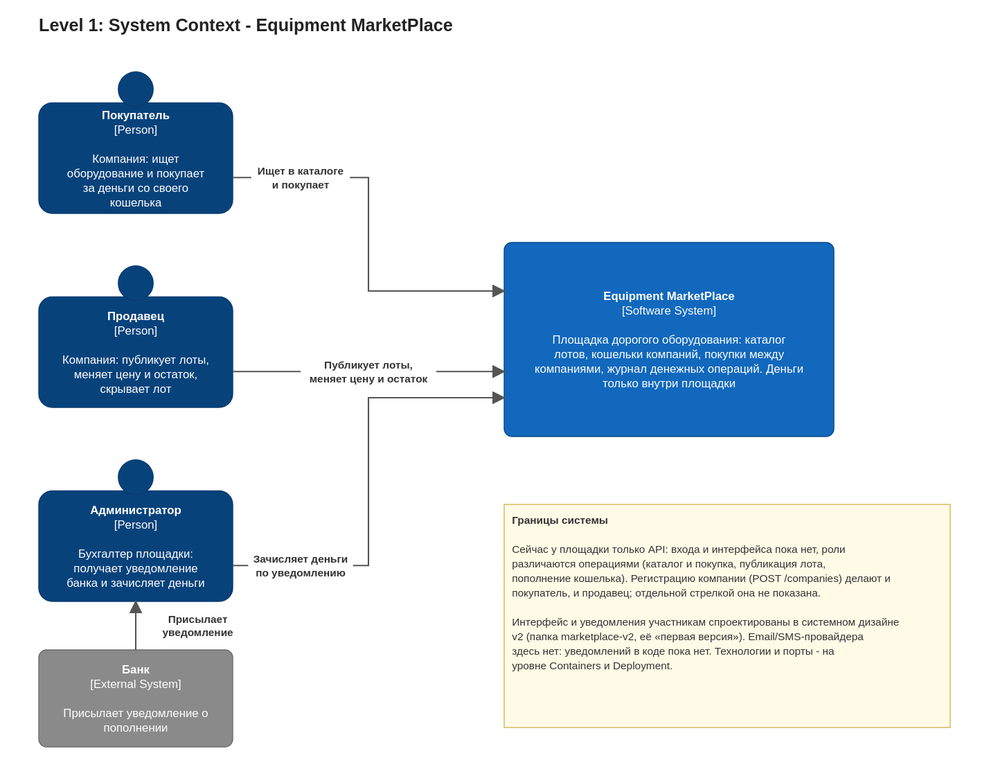
Before: docs/architecture/L1 - System Context.drawio.svg, a diagram exported from draw.io (Elaman19/system-design). Source tidied: cells renumbered, new cells last; positions are measured from the earlier drawing's top-left corner, leaving out a move shared by most shapes.
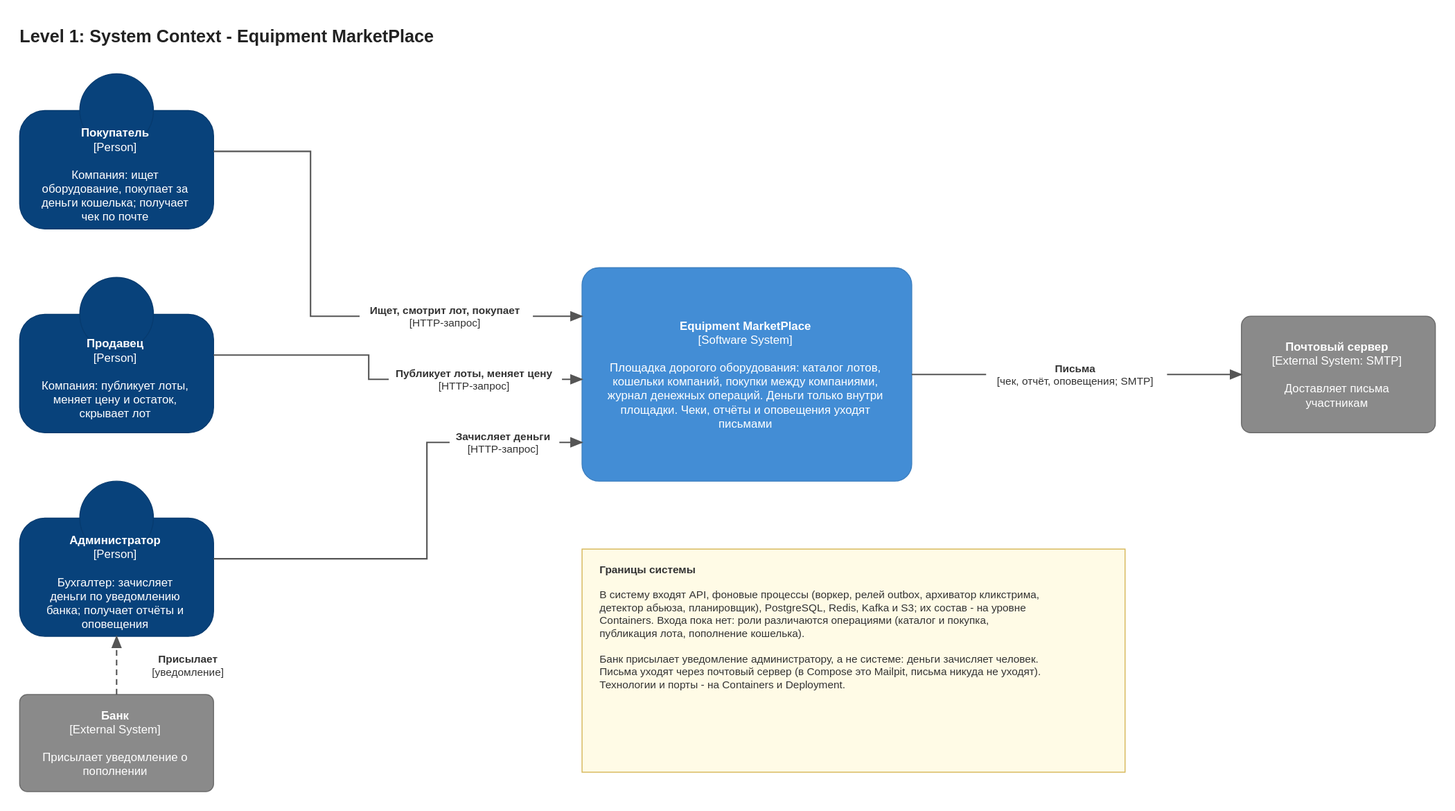
The same file after the commit.

The edit, as a diff of the source:
```diff
@@ -2,50 +2,59 @@
   <root>
     <mxCell id="0" />
     <mxCell id="1" value="L1 - System Context" parent="0" />
-    <mxCell id="2" value="&lt;b&gt;Level 1: System Context - Equipment MarketPlace&lt;/b&gt;" style="fontFamily=Helvetica;html=1;whiteSpace=wrap;text;fontSize=18;align=left;verticalAlign=top;fontColor=#222222;" parent="1" vertex="1">
-      <mxGeometry width="940" height="30" as="geometry" />
+    <mxCell id="2" value="Level 1: System Context - Equipment MarketPlace" style="fontFamily=Helvetica;html=1;whiteSpace=wrap;fontSize=12;text;fontSize=18;fontStyle=1;align=left;verticalAlign=top;fontColor=#222222;" parent="1" vertex="1">
+      <mxGeometry width="1300" height="30" as="geometry" />
     </mxCell>
-    <mxCell id="3" value="&lt;b&gt;Покупатель&lt;/b&gt;&lt;br&gt;[Person]&lt;br&gt;&lt;br&gt;Компания: ищет оборудование и покупает за деньги со своего кошелька" style="fontFamily=Helvetica;html=1;whiteSpace=wrap;fontSize=12;shape=mxgraph.c4.person2;fillColor=#08427b;strokeColor=#073b6f;fontColor=#ffffff;align=center;verticalAlign=middle;" parent="1" vertex="1">
-      <mxGeometry y="56" width="200" height="150" as="geometry" />
+    <mxCell id="3" value="&lt;b&gt;Покупатель&lt;/b&gt;&lt;br&gt;[Person]&lt;br&gt;&lt;br&gt;Компания: ищет оборудование, покупает за деньги кошелька; получает чек по почте" style="fontFamily=Helvetica;html=1;whiteSpace=wrap;fontSize=12;shape=mxgraph.c4.person2;fillColor=#08427b;strokeColor=#073b6f;fontColor=#ffffff;align=center;verticalAlign=middle;" parent="1" vertex="1">
+      <mxGeometry y="56" width="200" height="160" as="geometry" />
     </mxCell>
     <mxCell id="4" value="&lt;b&gt;Продавец&lt;/b&gt;&lt;br&gt;[Person]&lt;br&gt;&lt;br&gt;Компания: публикует лоты, меняет цену и остаток, скрывает лот" style="fontFamily=Helvetica;html=1;whiteSpace=wrap;fontSize=12;shape=mxgraph.c4.person2;fillColor=#08427b;strokeColor=#073b6f;fontColor=#ffffff;align=center;verticalAlign=middle;" parent="1" vertex="1">
-      <mxGeometry y="256" width="200" height="150" as="geometry" />
+      <mxGeometry y="266" width="200" height="160" as="geometry" />
     </mxCell>
-    <mxCell id="5" value="&lt;b&gt;Администратор&lt;/b&gt;&lt;br&gt;[Person]&lt;br&gt;&lt;br&gt;Бухгалтер площадки: получает уведомление банка и зачисляет деньги" style="fontFamily=Helvetica;html=1;whiteSpace=wrap;fontSize=12;shape=mxgraph.c4.person2;fillColor=#08427b;strokeColor=#073b6f;fontColor=#ffffff;align=center;verticalAlign=middle;" parent="1" vertex="1">
-      <mxGeometry y="456" width="200" height="150" as="geometry" />
+    <mxCell id="5" value="&lt;b&gt;Администратор&lt;/b&gt;&lt;br&gt;[Person]&lt;br&gt;&lt;br&gt;Бухгалтер: зачисляет деньги по уведомлению банка; получает отчёты и оповещения" style="fontFamily=Helvetica;html=1;whiteSpace=wrap;fontSize=12;shape=mxgraph.c4.person2;fillColor=#08427b;strokeColor=#073b6f;fontColor=#ffffff;align=center;verticalAlign=middle;" parent="1" vertex="1">
+      <mxGeometry y="476" width="200" height="160" as="geometry" />
     </mxCell>
     <mxCell id="6" value="&lt;b&gt;Банк&lt;/b&gt;&lt;br&gt;[External System]&lt;br&gt;&lt;br&gt;Присылает уведомление о пополнении" style="fontFamily=Helvetica;html=1;whiteSpace=wrap;fontSize=12;rounded=1;arcSize=8;fillColor=#8a8a8a;strokeColor=#6b6b6b;fontColor=#ffffff;" parent="1" vertex="1">
-      <mxGeometry y="656" width="200" height="100" as="geometry" />
+      <mxGeometry y="696" width="200" height="100" as="geometry" />
     </mxCell>
-    <mxCell id="7" value="&lt;b&gt;Equipment MarketPlace&lt;/b&gt;&lt;br&gt;[Software System]&lt;br&gt;&lt;br&gt;Площадка дорогого оборудования: каталог лотов, кошельки компаний, покупки между компаниями, журнал денежных операций. Деньги только внутри площадки" style="fontFamily=Helvetica;html=1;whiteSpace=wrap;fontSize=12;rounded=1;arcSize=8;fillColor=#1168bd;strokeColor=#0b4884;fontColor=#ffffff;" parent="1" vertex="1">
-      <mxGeometry x="480" y="236" width="340" height="200" as="geometry" />
+    <mxCell id="7" value="&lt;b&gt;Equipment MarketPlace&lt;/b&gt;&lt;br&gt;[Software System]&lt;br&gt;&lt;br&gt;Площадка дорогого оборудования: каталог лотов, кошельки компаний, покупки между компаниями, журнал денежных операций. Деньги только внутри площадки. Чеки, отчёты и оповещения уходят письмами" style="fontFamily=Helvetica;html=1;whiteSpace=wrap;fontSize=12;rounded=1;arcSize=8;fillColor=#438dd5;strokeColor=#3c7fc0;fontColor=#ffffff;" parent="1" vertex="1">
+      <mxGeometry x="580" y="256" width="340" height="220" as="geometry" />
     </mxCell>
+    <mxCell id="13" value="&lt;b&gt;Почтовый сервер&lt;/b&gt;&lt;br&gt;[External System: SMTP]&lt;br&gt;&lt;br&gt;Доставляет письма участникам" style="fontFamily=Helvetica;html=1;whiteSpace=wrap;fontSize=12;rounded=1;arcSize=8;fillColor=#8a8a8a;strokeColor=#6b6b6b;fontColor=#ffffff;" parent="1" vertex="1">
+      <mxGeometry x="1260" y="306" width="200" height="120" as="geometry" />
+    </mxCell>
-    <mxCell id="8" value="&lt;b&gt;Границы системы&lt;/b&gt;&lt;br&gt;&lt;br&gt;Сейчас у площадки только API: входа и интерфейса пока нет, роли различаются операциями (каталог и покупка, публикация лота, пополнение кошелька). Регистрацию компании (POST /companies) делают и покупатель, и продавец; отдельной стрелкой она не показана.&lt;br&gt;&lt;br&gt;Интерфейс и уведомления участникам спроектированы в системном дизайне v2 (папка marketplace-v2, её «первая версия»). Email/SMS-провайдера здесь нет: уведомлений в коде пока нет. Технологии и порты - на уровне Containers и Deployment." style="fontFamily=Helvetica;html=1;whiteSpace=wrap;fontSize=12;rounded=0;fillColor=#fffbe6;strokeColor=#d6b656;fontColor=#333333;align=left;verticalAlign=top;spacing=8;fontSize=11;" parent="1" vertex="1">
-      <mxGeometry x="480" y="506" width="460" height="230" as="geometry" />
+    <mxCell id="8" value="&lt;b&gt;Границы системы&lt;/b&gt;&lt;br&gt;&lt;br&gt;В систему входят API, фоновые процессы (воркер, релей outbox, архиватор кликстрима, детектор абьюза, планировщик), PostgreSQL, Redis, Kafka и S3; их состав - на уровне Containers. Входа пока нет: роли различаются операциями (каталог и покупка, публикация лота, пополнение кошелька).&lt;br&gt;&lt;br&gt;Банк присылает уведомление администратору, а не системе: деньги зачисляет человек. Письма уходят через почтовый сервер (в Compose это Mailpit, письма никуда не уходят). Технологии и порты - на Containers и Deployment." style="fontFamily=Helvetica;html=1;whiteSpace=wrap;fontSize=12;rounded=0;fillColor=#fffbe6;strokeColor=#d6b656;fontColor=#333333;align=left;verticalAlign=top;spacing=8;fontSize=11;" parent="1" vertex="1">
+      <mxGeometry x="580" y="546" width="560" height="230" as="geometry" />
     </mxCell>
-    <mxCell id="9" value="&lt;b&gt;Ищет в каталоге&lt;br&gt;и покупает&lt;/b&gt;" style="fontFamily=Helvetica;html=1;whiteSpace=wrap;fontSize=11;rounded=0;endArrow=blockThin;endFill=1;strokeColor=#555555;strokeWidth=1.5;fontColor=#333333;labelBackgroundColor=#ffffff;exitX=1.0;exitY=0.675;entryX=0.0;entryY=0.25;" parent="1" edge="1" source="3" target="7">
-      <mxGeometry x="-0.65" relative="1" as="geometry">
+    <mxCell id="9" value="&lt;b&gt;Ищет, смотрит лот, покупает&lt;/b&gt;&lt;br&gt;[HTTP-запрос]" style="fontFamily=Helvetica;html=1;whiteSpace=wrap;fontSize=11;edgeStyle=orthogonalEdgeStyle;rounded=0;endArrow=blockThin;endFill=1;strokeColor=#555555;strokeWidth=1.5;fontColor=#333333;labelBackgroundColor=#ffffff;exitX=1.0;exitY=0.5;entryX=0.0;entryY=0.2273;" parent="1" edge="1" source="3" target="7">
+      <mxGeometry relative="1" as="geometry">
         <Array as="points">
-          <mxPoint x="340" y="169" />
-          <mxPoint x="340" y="286" />
+          <mxPoint x="300" y="136" />
+          <mxPoint x="300" y="306" />
         </Array>
       </mxGeometry>
     </mxCell>
-    <mxCell id="10" value="&lt;b&gt;Публикует лоты,&lt;br&gt;меняет цену и остаток&lt;/b&gt;" style="fontFamily=Helvetica;html=1;whiteSpace=wrap;fontSize=11;rounded=0;endArrow=blockThin;endFill=1;strokeColor=#555555;strokeWidth=1.5;fontColor=#333333;labelBackgroundColor=#ffffff;exitX=1.0;exitY=0.675;entryX=0.0;entryY=0.665;" parent="1" edge="1" source="4" target="7">
-      <mxGeometry relative="1" as="geometry" />
+    <mxCell id="10" value="&lt;b&gt;Публикует лоты, меняет цену&lt;/b&gt;&lt;br&gt;[HTTP-запрос]" style="fontFamily=Helvetica;html=1;whiteSpace=wrap;fontSize=11;edgeStyle=orthogonalEdgeStyle;rounded=0;endArrow=blockThin;endFill=1;strokeColor=#555555;strokeWidth=1.5;fontColor=#333333;labelBackgroundColor=#ffffff;exitX=1.0;exitY=0.5;entryX=0.0;entryY=0.5227;" parent="1" edge="1" source="4" target="7">
+      <mxGeometry relative="1" as="geometry">
+        <Array as="points">
+          <mxPoint x="360" y="346" />
+          <mxPoint x="360" y="371" />
+        </Array>
+      </mxGeometry>
     </mxCell>
-    <mxCell id="11" value="&lt;b&gt;Зачисляет деньги&lt;br&gt;по уведомлению&lt;/b&gt;" style="fontFamily=Helvetica;html=1;whiteSpace=wrap;fontSize=11;rounded=0;endArrow=blockThin;endFill=1;strokeColor=#555555;strokeWidth=1.5;fontColor=#333333;labelBackgroundColor=#ffffff;exitX=1.0;exitY=0.675;entryX=0.0;entryY=0.8;" parent="1" edge="1" source="5" target="7">
-      <mxGeometry x="-0.69" relative="1" as="geometry">
+    <mxCell id="11" value="&lt;b&gt;Зачисляет деньги&lt;/b&gt;&lt;br&gt;[HTTP-запрос]" style="fontFamily=Helvetica;html=1;whiteSpace=wrap;fontSize=11;edgeStyle=orthogonalEdgeStyle;rounded=0;endArrow=blockThin;endFill=1;strokeColor=#555555;strokeWidth=1.5;fontColor=#333333;labelBackgroundColor=#ffffff;exitX=1.0;exitY=0.5;entryX=0.0;entryY=0.8182;" parent="1" edge="1" source="5" target="7">
+      <mxGeometry relative="1" as="geometry">
         <Array as="points">
-          <mxPoint x="340" y="569" />
-          <mxPoint x="340" y="396" />
+          <mxPoint x="420" y="556" />
+          <mxPoint x="420" y="436" />
         </Array>
       </mxGeometry>
     </mxCell>
-    <mxCell id="12" value="&lt;b&gt;Присылает&lt;br&gt;уведомление&lt;/b&gt;" style="fontFamily=Helvetica;html=1;whiteSpace=wrap;fontSize=11;rounded=0;endArrow=blockThin;endFill=1;strokeColor=#555555;strokeWidth=1.5;fontColor=#333333;labelBackgroundColor=#ffffff;exitX=0.5;exitY=0.0;entryX=0.5;entryY=1.0;" parent="1" edge="1" source="6" target="5">
-      <mxGeometry relative="1" as="geometry">
-        <mxPoint x="64" as="offset" />
-      </mxGeometry>
+    <mxCell id="12" value="&lt;b&gt;Присылает&lt;/b&gt;&lt;br&gt;[уведомление]" style="fontFamily=Helvetica;html=1;whiteSpace=wrap;fontSize=11;edgeStyle=orthogonalEdgeStyle;rounded=0;endArrow=blockThin;endFill=1;strokeColor=#555555;strokeWidth=1.5;fontColor=#333333;labelBackgroundColor=#ffffff;exitX=0.5;exitY=0.0;entryX=0.5;entryY=1.0;dashed=1;dashPattern=6 4;" parent="1" edge="1" source="6" target="5">
+      <mxGeometry relative="1" as="geometry" />
     </mxCell>
+    <mxCell id="14" value="&lt;b&gt;Письма&lt;/b&gt;&lt;br&gt;[чек, отчёт, оповещения; SMTP]" style="fontFamily=Helvetica;html=1;whiteSpace=wrap;fontSize=11;edgeStyle=orthogonalEdgeStyle;rounded=0;endArrow=blockThin;endFill=1;strokeColor=#555555;strokeWidth=1.5;fontColor=#333333;labelBackgroundColor=#ffffff;exitX=1.0;exitY=0.5;entryX=0.0;entryY=0.5;" parent="1" edge="1" source="7" target="13">
+      <mxGeometry relative="1" as="geometry" />
+    </mxCell>
   </root>
 </mxGraphModel>
```
